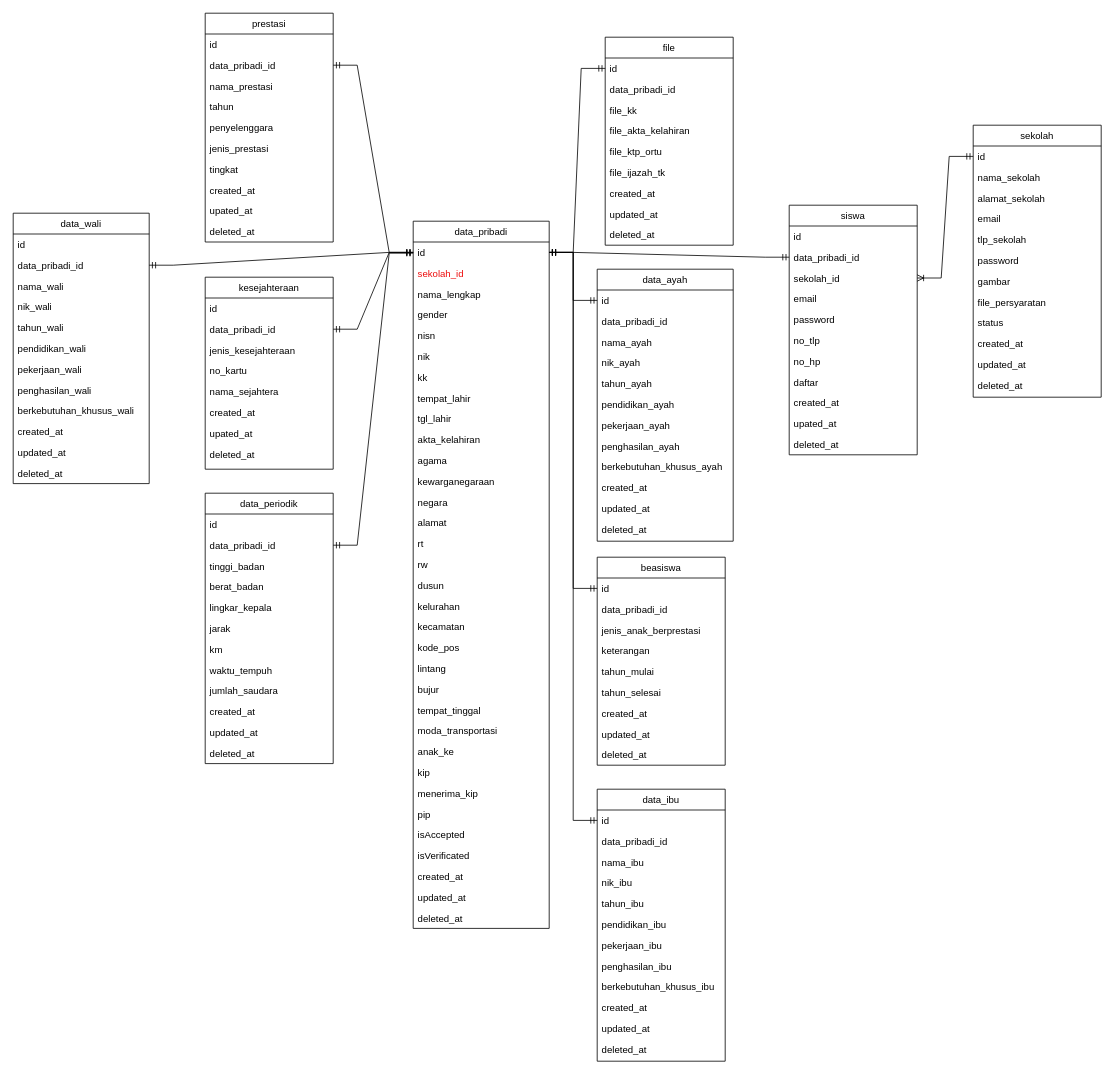
Earlier version of the draw.io diagram public/konseptual-database.drawio (antaridj1/ppdb). Source tidied: cells renumbered, new cells numbered last; positions are measured from the earlier drawing's top-left corner, leaving out a move shared by most shapes. Both pictures are drawn from the tidied source at 80%, with x=0, y=0 at pixel (13, 13).
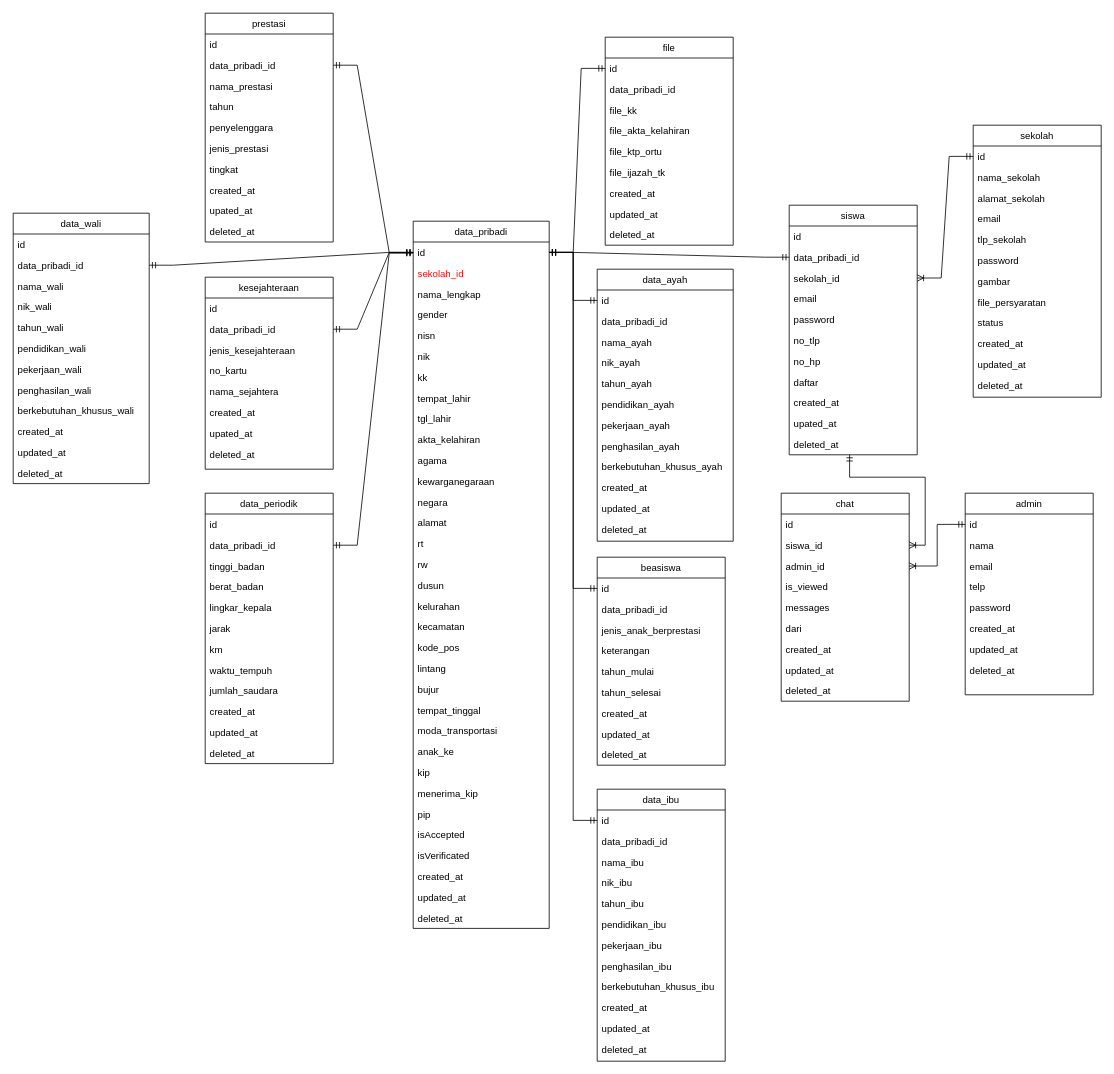
The same page after the edit.

The change refers to these unchanged cells:
```xml
<mxCell id="160" value="deleted_at" style="text;align=left;verticalAlign=top;spacingLeft=4;spacingRight=4;overflow=hidden;points=[[0,0.5],[1,0.5]];portConstraint=eastwest;" parent="149" vertex="1">
  <mxGeometry y="286" width="160" height="26" as="geometry" />
</mxCell>
```

Diff of the diagram source:
```diff
@@
+    <mxCell id="163" value="admin" style="swimlane;fontStyle=0;align=center;verticalAlign=top;horizontal=1;startSize=26;rounded=0;shadow=0;strokeWidth=1;" parent="1" vertex="1">
+      <mxGeometry x="1190" y="600" width="160" height="252" as="geometry" />
+    </mxCell>
+    <mxCell id="164" value="id" style="text;align=left;verticalAlign=top;spacingLeft=4;spacingRight=4;overflow=hidden;points=[[0,0.5],[1,0.5]];portConstraint=eastwest;" parent="163" vertex="1">
+      <mxGeometry y="26" width="160" height="26" as="geometry" />
+    </mxCell>
+    <mxCell id="165" value="nama" style="text;align=left;verticalAlign=top;spacingLeft=4;spacingRight=4;overflow=hidden;rounded=0;shadow=0;html=0;" parent="163" vertex="1">
+      <mxGeometry y="52" width="160" height="26" as="geometry" />
+    </mxCell>
+    <mxCell id="166" value="email" style="text;align=left;verticalAlign=top;spacingLeft=4;spacingRight=4;overflow=hidden;rounded=0;shadow=0;html=0;" parent="163" vertex="1">
+      <mxGeometry y="78" width="160" height="26" as="geometry" />
+    </mxCell>
+    <mxCell id="167" value="telp" style="text;align=left;verticalAlign=top;spacingLeft=4;spacingRight=4;overflow=hidden;rounded=0;shadow=0;html=0;" parent="163" vertex="1">
+      <mxGeometry y="104" width="160" height="26" as="geometry" />
+    </mxCell>
+    <mxCell id="168" value="password" style="text;align=left;verticalAlign=top;spacingLeft=4;spacingRight=4;overflow=hidden;rounded=0;shadow=0;html=0;" parent="163" vertex="1">
+      <mxGeometry y="130" width="160" height="26" as="geometry" />
+    </mxCell>
+    <mxCell id="169" value="created_at" style="text;align=left;verticalAlign=top;spacingLeft=4;spacingRight=4;overflow=hidden;rounded=0;shadow=0;html=0;" parent="163" vertex="1">
+      <mxGeometry y="156" width="160" height="26" as="geometry" />
+    </mxCell>
+    <mxCell id="170" value="updated_at" style="text;align=left;verticalAlign=top;spacingLeft=4;spacingRight=4;overflow=hidden;rounded=0;shadow=0;html=0;" parent="163" vertex="1">
+      <mxGeometry y="182" width="160" height="26" as="geometry" />
+    </mxCell>
+    <mxCell id="171" value="deleted_at" style="text;align=left;verticalAlign=top;spacingLeft=4;spacingRight=4;overflow=hidden;rounded=0;shadow=0;html=0;" parent="163" vertex="1">
+      <mxGeometry y="208" width="160" height="26" as="geometry" />
+    </mxCell>
+    <mxCell id="172" value="chat" style="swimlane;fontStyle=0;align=center;verticalAlign=top;horizontal=1;startSize=26;rounded=0;shadow=0;strokeWidth=1;" parent="1" vertex="1">
+      <mxGeometry x="960" y="600" width="160" height="260" as="geometry" />
+    </mxCell>
+    <mxCell id="173" value="id" style="text;align=left;verticalAlign=top;spacingLeft=4;spacingRight=4;overflow=hidden;" parent="172" vertex="1">
+      <mxGeometry y="26" width="160" height="26" as="geometry" />
+    </mxCell>
+    <mxCell id="174" value="siswa_id" style="text;align=left;verticalAlign=top;spacingLeft=4;spacingRight=4;overflow=hidden;points=[[0,0.5],[1,0.5]];portConstraint=eastwest;rounded=0;shadow=0;html=0;" parent="172" vertex="1">
+      <mxGeometry y="52" width="160" height="26" as="geometry" />
+    </mxCell>
+    <mxCell id="175" value="admin_id" style="text;align=left;verticalAlign=top;spacingLeft=4;spacingRight=4;overflow=hidden;points=[[0,0.5],[1,0.5]];portConstraint=eastwest;rounded=0;shadow=0;html=0;" parent="172" vertex="1">
+      <mxGeometry y="78" width="160" height="26" as="geometry" />
+    </mxCell>
+    <mxCell id="176" value="is_viewed" style="text;align=left;verticalAlign=top;spacingLeft=4;spacingRight=4;overflow=hidden;rounded=0;shadow=0;html=0;" parent="172" vertex="1">
+      <mxGeometry y="104" width="160" height="26" as="geometry" />
+    </mxCell>
+    <mxCell id="177" value="messages" style="text;align=left;verticalAlign=top;spacingLeft=4;spacingRight=4;overflow=hidden;rounded=0;shadow=0;html=0;" parent="172" vertex="1">
+      <mxGeometry y="130" width="160" height="26" as="geometry" />
+    </mxCell>
+    <mxCell id="178" value="dari" style="text;align=left;verticalAlign=top;spacingLeft=4;spacingRight=4;overflow=hidden;rounded=0;shadow=0;html=0;" parent="172" vertex="1">
+      <mxGeometry y="156" width="160" height="26" as="geometry" />
+    </mxCell>
+    <mxCell id="179" value="created_at" style="text;align=left;verticalAlign=top;spacingLeft=4;spacingRight=4;overflow=hidden;rounded=0;shadow=0;html=0;" parent="172" vertex="1">
+      <mxGeometry y="182" width="160" height="26" as="geometry" />
+    </mxCell>
+    <mxCell id="180" value="updated_at" style="text;align=left;verticalAlign=top;spacingLeft=4;spacingRight=4;overflow=hidden;rounded=0;shadow=0;html=0;" parent="172" vertex="1">
+      <mxGeometry y="208" width="160" height="26" as="geometry" />
+    </mxCell>
+    <mxCell id="181" value="deleted_at" style="text;align=left;verticalAlign=top;spacingLeft=4;spacingRight=4;overflow=hidden;rounded=0;shadow=0;html=0;" parent="172" vertex="1">
+      <mxGeometry y="234" width="160" height="26" as="geometry" />
+    </mxCell>
+    <mxCell id="182" style="edgeStyle=orthogonalEdgeStyle;fontSize=12;html=1;endArrow=ERoneToMany;startArrow=ERmandOne;rounded=0;entryX=1;entryY=0.5;entryDx=0;entryDy=0;exitX=0;exitY=0.5;exitDx=0;exitDy=0;" parent="1" edge="1" source="164" target="175">
+      <mxGeometry relative="1" as="geometry" />
+    </mxCell>
+    <mxCell id="183" style="edgeStyle=orthogonalEdgeStyle;fontSize=12;html=1;endArrow=ERoneToMany;startArrow=ERmandOne;rounded=0;entryX=1;entryY=0.5;entryDx=0;entryDy=0;exitX=0.472;exitY=0.989;exitDx=0;exitDy=0;exitPerimeter=0;" parent="1" edge="1" source="160" target="174">
+      <mxGeometry relative="1" as="geometry">
+        <Array as="points">
+          <mxPoint x="1046" y="580" />
+          <mxPoint x="1140" y="580" />
+          <mxPoint x="1140" y="665" />
+        </Array>
+      </mxGeometry>
+    </mxCell>
```
